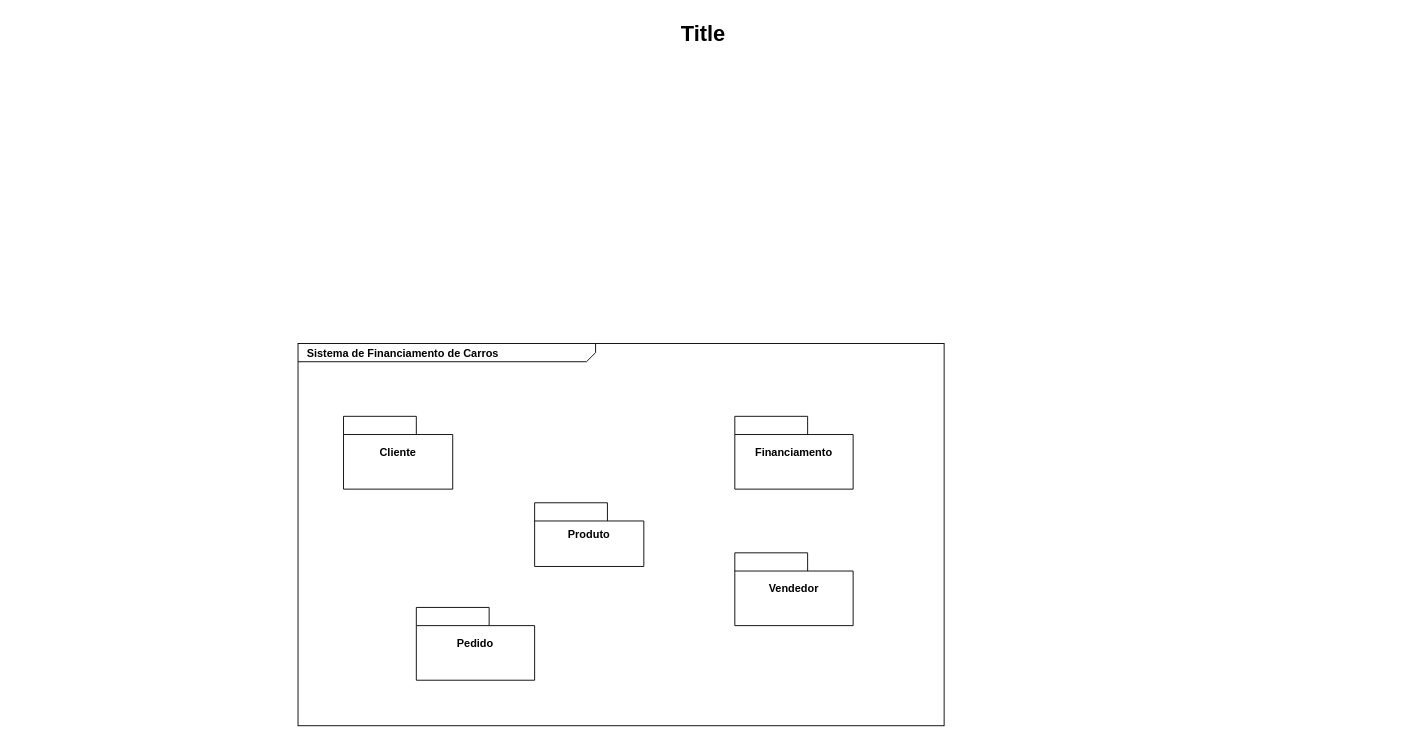
Above: FastCPackage.drawio in natspeixoto/Eng_Softwr_II (draw.io), before the change. Source tidied: cells renumbered, new cells numbered last; positions are measured from the earlier drawing's top-left corner, leaving out a move shared by most shapes. Both pictures are drawn from the tidied source at 91%, with x=0, y=0 at pixel (15, 15).
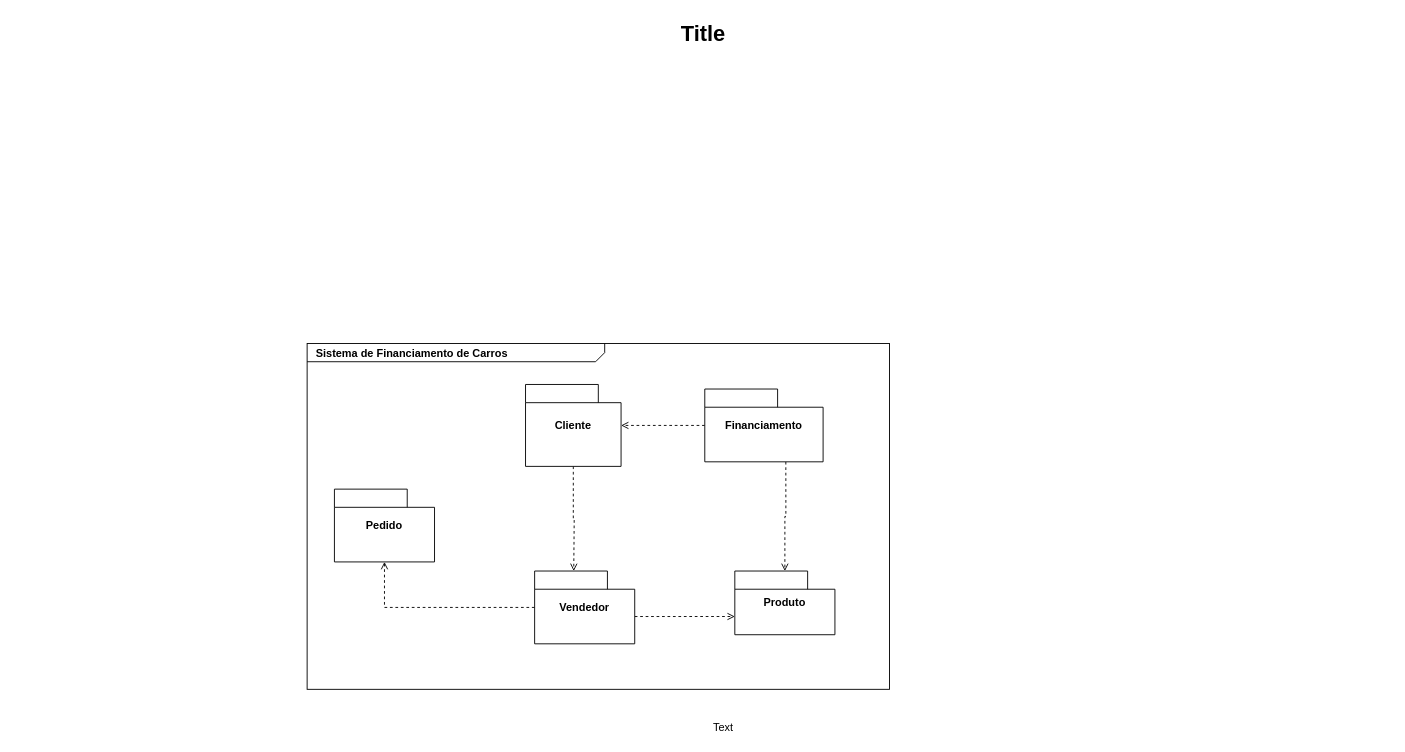
After the change.

Diff of the diagram source:
```diff
@@
 <mxGraphModel>
   <root>
     <mxCell id="0" />
     <mxCell id="1" parent="0" />
     <mxCell id="2" value="&lt;p style=&quot;margin: 0px ; margin-top: 4px ; margin-left: 10px ; text-align: left&quot;&gt;&lt;b&gt;Sistema de Financiamento de Carros&lt;/b&gt;&lt;/p&gt;" style="html=1;strokeWidth=1;shape=mxgraph.sysml.package;html=1;overflow=fill;whiteSpace=wrap;fillColor=none;gradientColor=none;fontSize=12;align=center;labelX=327.64;" parent="1" vertex="1">
-      <mxGeometry x="310" y="360" width="710" height="420" as="geometry" />
+      <mxGeometry x="320" y="360" width="640" height="380" as="geometry" />
     </mxCell>
+    <mxCell id="9" style="edgeStyle=orthogonalEdgeStyle;rounded=0;jettySize=auto;html=1;dashed=1;endArrow=open;endFill=0;" parent="1" edge="1" source="3">
+      <mxGeometry relative="1" as="geometry">
+        <mxPoint x="613" y="610" as="targetPoint" />
+      </mxGeometry>
+    </mxCell>
     <mxCell id="3" value="Cliente" style="shape=folder;tabWidth=80;tabHeight=20;tabPosition=left;strokeWidth=1;html=1;whiteSpace=wrap;align=center;fontSize=12;fontStyle=1;" parent="1" vertex="1">
-      <mxGeometry x="360" y="440" width="120" height="80" as="geometry" />
+      <mxGeometry x="560" y="405" width="105" height="90" as="geometry" />
     </mxCell>
     <mxCell id="4" value="Title" style="text;strokeColor=none;fillColor=none;html=1;fontSize=24;fontStyle=1;verticalAlign=middle;align=center;" parent="1" vertex="1">
       <mxGeometry width="1510" height="40" as="geometry" />
     </mxCell>
     <mxCell id="5" value="Pedido" style="shape=folder;tabWidth=80;tabHeight=20;tabPosition=left;strokeWidth=1;html=1;whiteSpace=wrap;align=center;fontSize=12;fontStyle=1;" parent="1" vertex="1">
-      <mxGeometry x="440" y="650" width="130" height="80" as="geometry" />
+      <mxGeometry x="350" y="520" width="110" height="80" as="geometry" />
     </mxCell>
+    <mxCell id="10" style="edgeStyle=orthogonalEdgeStyle;rounded=0;jettySize=auto;html=1;dashed=1;endArrow=open;endFill=0;exitX=0.685;exitY=1;exitDx=0;exitDy=0;exitPerimeter=0;" parent="1" edge="1" source="6" target="8">
+      <mxGeometry relative="1" as="geometry" />
+    </mxCell>
+    <mxCell id="11" style="edgeStyle=orthogonalEdgeStyle;rounded=0;jettySize=auto;html=1;dashed=1;endArrow=open;endFill=0;" parent="1" edge="1" source="6" target="3">
+      <mxGeometry relative="1" as="geometry" />
+    </mxCell>
     <mxCell id="6" value="Financiamento" style="shape=folder;tabWidth=80;tabHeight=20;tabPosition=left;strokeWidth=1;html=1;whiteSpace=wrap;align=center;fontSize=12;fontStyle=1;" parent="1" vertex="1">
-      <mxGeometry x="790" y="440" width="130" height="80" as="geometry" />
+      <mxGeometry x="757" y="410" width="130" height="80" as="geometry" />
     </mxCell>
+    <mxCell id="12" style="edgeStyle=orthogonalEdgeStyle;rounded=0;jettySize=auto;html=1;dashed=1;endArrow=open;endFill=0;" parent="1" edge="1" source="7" target="5">
+      <mxGeometry relative="1" as="geometry" />
+    </mxCell>
+    <mxCell id="13" style="edgeStyle=orthogonalEdgeStyle;rounded=0;jettySize=auto;html=1;dashed=1;endArrow=open;endFill=0;entryX=0;entryY=0.714;entryDx=0;entryDy=0;entryPerimeter=0;exitX=0;exitY=0;exitDx=110;exitDy=50;exitPerimeter=0;" parent="1" edge="1" source="7" target="8">
+      <mxGeometry relative="1" as="geometry" />
+    </mxCell>
     <mxCell id="7" value="Vendedor" style="shape=folder;tabWidth=80;tabHeight=20;tabPosition=left;strokeWidth=1;html=1;whiteSpace=wrap;align=center;fontSize=12;fontStyle=1;" parent="1" vertex="1">
-      <mxGeometry x="790" y="590" width="130" height="80" as="geometry" />
+      <mxGeometry x="570" y="610" width="110" height="80" as="geometry" />
     </mxCell>
     <mxCell id="8" value="Produto" style="shape=folder;tabWidth=80;tabHeight=20;tabPosition=left;strokeWidth=1;html=1;whiteSpace=wrap;align=center;fontSize=12;fontStyle=1;" parent="1" vertex="1">
-      <mxGeometry x="570" y="535" width="120" height="70" as="geometry" />
+      <mxGeometry x="790" y="610" width="110" height="70" as="geometry" />
     </mxCell>
+    <mxCell id="14" style="edgeStyle=orthogonalEdgeStyle;rounded=0;orthogonalLoop=1;jettySize=auto;html=1;exitX=0.5;exitY=1;exitDx=0;exitDy=0;exitPerimeter=0;dashed=1;endArrow=open;endFill=0;" parent="1" edge="1" source="8" target="8">
+      <mxGeometry relative="1" as="geometry" />
+    </mxCell>
+    <mxCell id="15" value="Text" style="text;html=1;align=center;verticalAlign=middle;strokeColor=none;" parent="1" vertex="1">
+      <mxGeometry x="757" y="772" width="40" height="20" as="geometry" />
+    </mxCell>
   </root>
 </mxGraphModel>
```
